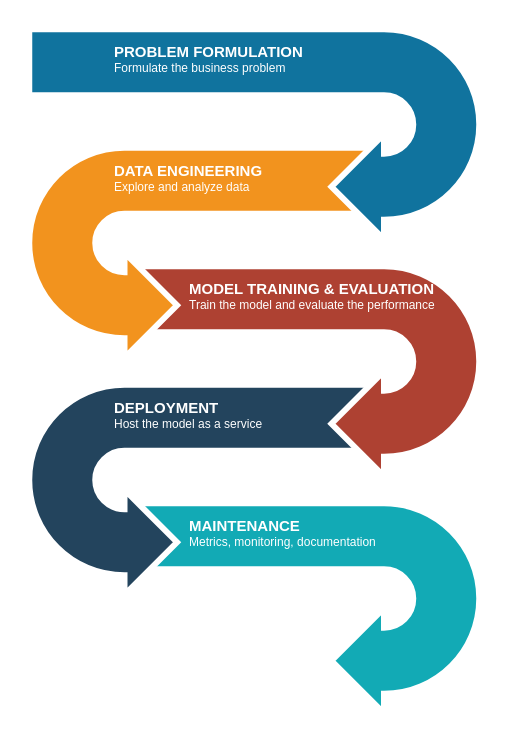
Before: drawio/machine-learning-lifecycle.drawio in ocademy-ai/machine-learning, a draw.io diagram. Source tidied: cells renumbered, new cells numbered last; positions are measured from the earlier drawing's top-left corner, leaving out a move shared by most shapes. Both pictures are drawn from the tidied source at 150%, with x=0, y=0 at pixel (28, 28).
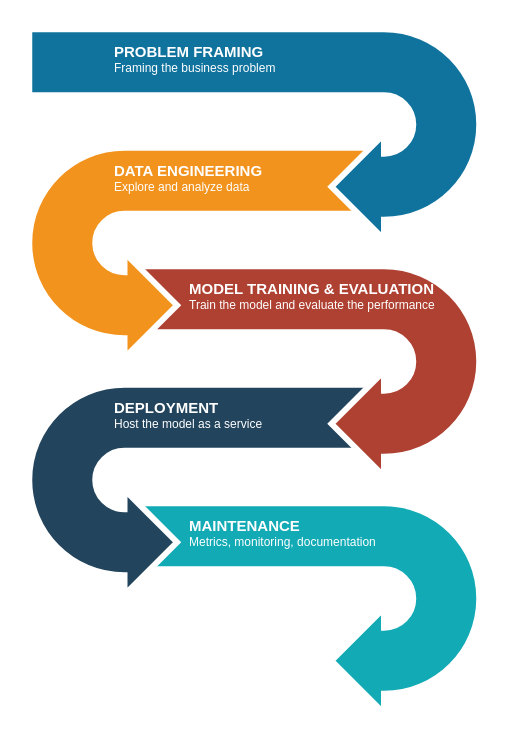
After the change.

Diff of the diagram source:
```diff
@@
 <mxGraphModel>
   <root>
     <mxCell id="0" />
     <mxCell id="1" parent="0" />
     <mxCell id="2" style="html=1;shadow=0;dashed=0;align=center;verticalAlign=middle;shape=mxgraph.arrows2.uTurnArrow;dy=22;arrowHead=70;dx2=35;strokeColor=#ffffff;fillColor=#12AAB5;fontSize=12;fontColor=#3333FF;flipH=1;flipV=1;strokeWidth=4;" parent="1" vertex="1">
       <mxGeometry x="70" y="316" width="230" height="140" as="geometry" />
     </mxCell>
     <mxCell id="3" style="html=1;shadow=0;dashed=0;align=center;verticalAlign=middle;shape=mxgraph.arrows2.uTurnArrow;dy=22;arrowHead=70;dx2=35;strokeColor=#ffffff;fillColor=#23445D;fontSize=12;fontColor=#3333FF;flipV=1;strokeWidth=4;" parent="1" vertex="1">
       <mxGeometry y="237" width="230" height="140" as="geometry" />
     </mxCell>
     <mxCell id="4" style="html=1;shadow=0;dashed=0;align=center;verticalAlign=middle;shape=mxgraph.arrows2.uTurnArrow;dy=22;arrowHead=70;dx2=35;strokeColor=#ffffff;fillColor=#AE4132;fontSize=12;fontColor=#3333FF;flipH=1;flipV=1;strokeWidth=4;" parent="1" vertex="1">
       <mxGeometry x="70" y="158" width="230" height="140" as="geometry" />
     </mxCell>
     <mxCell id="5" style="html=1;shadow=0;dashed=0;align=center;verticalAlign=middle;shape=mxgraph.arrows2.uTurnArrow;dy=22;arrowHead=70;dx2=35;strokeColor=#ffffff;fillColor=#F2931E;fontSize=12;fontColor=#3333FF;flipV=1;strokeWidth=4;" parent="1" vertex="1">
       <mxGeometry y="79" width="230" height="140" as="geometry" />
     </mxCell>
     <mxCell id="6" style="html=1;shadow=0;dashed=0;align=center;verticalAlign=middle;shape=mxgraph.arrows2.uTurnArrow;dy=22;arrowHead=70;dx2=35;strokeColor=#ffffff;fillColor=#10739E;fontSize=12;fontColor=#3333FF;flipH=1;flipV=1;strokeWidth=4;" parent="1" vertex="1">
       <mxGeometry width="300" height="140" as="geometry" />
     </mxCell>
-    <mxCell id="7" value="&lt;font style=&quot;font-size: 10px&quot;&gt;&lt;b&gt;PROBLEM FORMULATION&lt;/b&gt;&lt;br&gt;&lt;/font&gt;&lt;font style=&quot;font-size: 8px&quot;&gt;Formulate the business problem&lt;/font&gt;" style="rounded=0;whiteSpace=wrap;shadow=0;strokeColor=none;strokeWidth=6;fillColor=none;fontSize=7;fontColor=#FFFFFF;align=left;html=1;spacingLeft=5;" parent="1" vertex="1">
+    <mxCell id="7" value="&lt;font style=&quot;font-size: 10px&quot;&gt;&lt;b&gt;PROBLEM FRAMING&lt;/b&gt;&lt;br&gt;&lt;/font&gt;&lt;font style=&quot;font-size: 8px&quot;&gt;Framing the business problem&lt;/font&gt;" style="rounded=0;whiteSpace=wrap;shadow=0;strokeColor=none;strokeWidth=6;fillColor=none;fontSize=7;fontColor=#FFFFFF;align=left;html=1;spacingLeft=5;" parent="1" vertex="1">
       <mxGeometry x="50" width="170" height="40" as="geometry" />
     </mxCell>
     <mxCell id="8" value="&lt;font style=&quot;font-size: 10px&quot;&gt;&lt;b&gt;DATA ENGINEERING&lt;/b&gt;&lt;br&gt;&lt;/font&gt;&lt;font style=&quot;font-size: 8px&quot;&gt;Explore and analyze data&lt;/font&gt;" style="rounded=0;whiteSpace=wrap;shadow=0;strokeColor=none;strokeWidth=6;fillColor=none;fontSize=7;fontColor=#FFFFFF;align=left;html=1;spacingLeft=5;verticalAlign=middle;" parent="1" vertex="1">
       <mxGeometry x="50" y="79" width="150" height="40" as="geometry" />
     </mxCell>
     <mxCell id="9" value="&lt;font style=&quot;font-size: 10px&quot;&gt;&lt;b&gt;MODEL TRAINING &amp;amp; EVALUATION&lt;/b&gt;&lt;br&gt;&lt;/font&gt;&lt;font style=&quot;font-size: 8px&quot;&gt;Train the model and evaluate the performance&lt;/font&gt;" style="rounded=0;whiteSpace=wrap;shadow=0;strokeColor=none;strokeWidth=6;fillColor=none;fontSize=7;fontColor=#FFFFFF;align=left;html=1;spacingLeft=5;" parent="1" vertex="1">
       <mxGeometry x="100" y="158" width="190" height="40" as="geometry" />
     </mxCell>
     <mxCell id="10" value="&lt;b style=&quot;font-size: 10px&quot;&gt;DEPLOYMENT&lt;br&gt;&lt;/b&gt;&lt;font style=&quot;font-size: 8px&quot;&gt;Host the model as a service&lt;/font&gt;" style="rounded=0;whiteSpace=wrap;shadow=0;strokeColor=none;strokeWidth=6;fillColor=none;fontSize=7;fontColor=#FFFFFF;align=left;html=1;spacingLeft=5;" parent="1" vertex="1">
       <mxGeometry x="50" y="237" width="150" height="40" as="geometry" />
     </mxCell>
     <mxCell id="11" value="&lt;b&gt;&lt;font style=&quot;font-size: 10px&quot;&gt;MAINTENANCE&lt;/font&gt;&lt;/b&gt;&lt;br style=&quot;font-size: 7px&quot;&gt;&lt;font style=&quot;font-size: 8px&quot;&gt;Metrics, monitoring, documentation&lt;/font&gt;" style="rounded=0;whiteSpace=wrap;shadow=0;strokeColor=none;strokeWidth=6;fillColor=none;fontSize=7;fontColor=#FFFFFF;align=left;html=1;spacingLeft=5;" parent="1" vertex="1">
       <mxGeometry x="100" y="316" width="150" height="40" as="geometry" />
     </mxCell>
   </root>
 </mxGraphModel>
```
